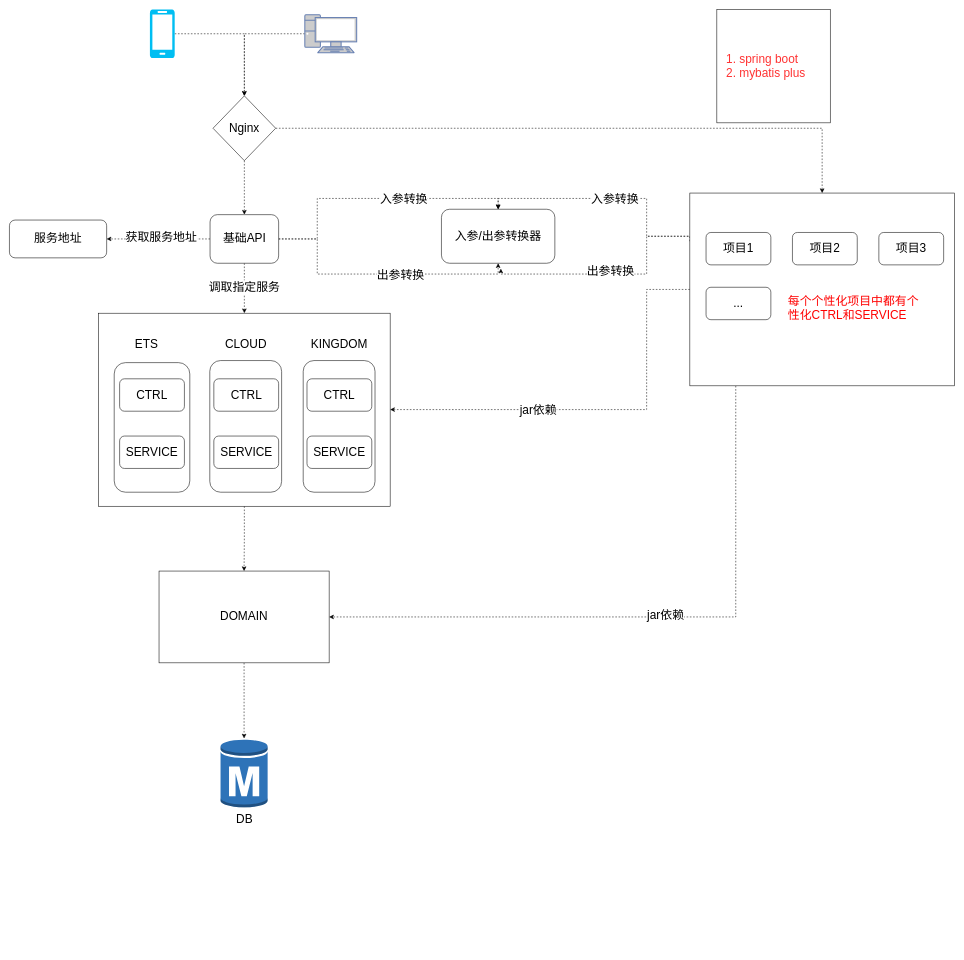
Before: 基金流程图.drawio in ammengke/my-drawio, a draw.io diagram. Source tidied: cells renumbered, new cells numbered last; positions are measured from the earlier drawing's top-left corner, leaving out a move shared by most shapes. Both pictures are drawn from the tidied source at 54%, with x=0, y=0 at pixel (9, 9).
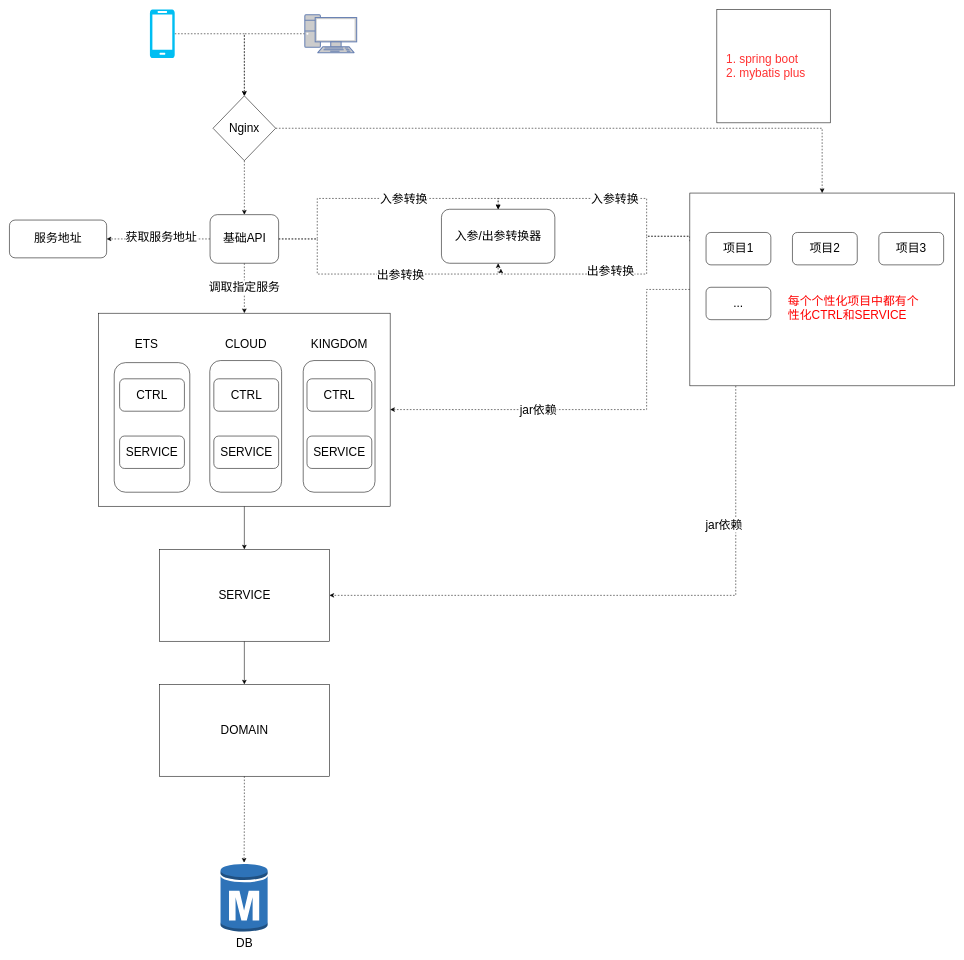
The same diagram, later.

Commit message:
Update 基金流程图.drawio

Unchanged cells that the change refers to:
```xml
<mxCell id="7" style="rounded=0;whiteSpace=wrap;html=1;fontSize=22;" parent="1" vertex="1">
  <mxGeometry x="165" y="562.5" width="540" height="357.5" as="geometry" />
</mxCell>
<mxCell id="45" style="rounded=0;whiteSpace=wrap;html=1;fontSize=22;fontColor=#000000;align=center;" parent="1" vertex="1">
  <mxGeometry x="1260" y="340" width="490" height="357" as="geometry" />
</mxCell>
```

The edit, as a diff of the source:
```diff
@@
-    <mxCell id="6" style="edgeStyle=orthogonalEdgeStyle;rounded=0;jettySize=auto;html=1;dashed=1;fontSize=22;fontColor=#000000;" parent="1" edge="1" source="7" target="35">
-      <mxGeometry relative="1" as="geometry" />
-    </mxCell>
+    <mxCell id="52" style="edgeStyle=orthogonalEdgeStyle;rounded=0;jettySize=auto;html=1;" parent="1" edge="1" source="7" target="54">
+      <mxGeometry relative="1" as="geometry" />
+    </mxCell>
@@
     <mxCell id="35" value="DOMAIN" style="rounded=0;whiteSpace=wrap;html=1;fontSize=22;fontColor=#000000;align=center;" parent="1" vertex="1">
-      <mxGeometry x="277" y="1040" width="315" height="170" as="geometry" />
+      <mxGeometry x="277.5" y="1250" width="315" height="170" as="geometry" />
     </mxCell>
     <mxCell id="36" value="DB" style="outlineConnect=0;dashed=0;verticalLabelPosition=bottom;verticalAlign=top;align=center;html=1;shape=mxgraph.aws3.rds_db_instance;fillColor=#2E73B8;gradientColor=none;fontSize=22;fontColor=#000000;" parent="1" vertex="1">
-      <mxGeometry x="390.9" y="1350" width="87.2" height="130" as="geometry" />
+      <mxGeometry x="390.9" y="1580" width="87.2" height="130" as="geometry" />
     </mxCell>
@@
-    <mxCell id="41" style="edgeStyle=orthogonalEdgeStyle;rounded=0;jettySize=auto;html=1;entryX=1;entryY=0.5;entryDx=0;entryDy=0;dashed=1;fontSize=22;fontColor=#FF0000;" parent="1" edge="1" source="45" target="35">
+    <mxCell id="41" style="edgeStyle=orthogonalEdgeStyle;rounded=0;jettySize=auto;html=1;entryX=1;entryY=0.5;entryDx=0;entryDy=0;dashed=1;fontSize=22;fontColor=#FF0000;" parent="1" edge="1" source="45" target="54">
       <mxGeometry relative="1" as="geometry">
         <Array as="points">
-          <mxPoint x="1345" y="1125" />
+          <mxPoint x="1345" y="1085" />
         </Array>
       </mxGeometry>
     </mxCell>
@@
+    <mxCell id="53" style="edgeStyle=orthogonalEdgeStyle;rounded=0;jettySize=auto;html=1;" parent="1" edge="1" source="54" target="35">
+      <mxGeometry relative="1" as="geometry" />
+    </mxCell>
+    <mxCell id="54" value="SERVICE" style="rounded=0;whiteSpace=wrap;html=1;fontSize=22;fontColor=#000000;align=center;" parent="1" vertex="1">
+      <mxGeometry x="277.5" y="1000" width="315" height="170" as="geometry" />
+    </mxCell>
```
